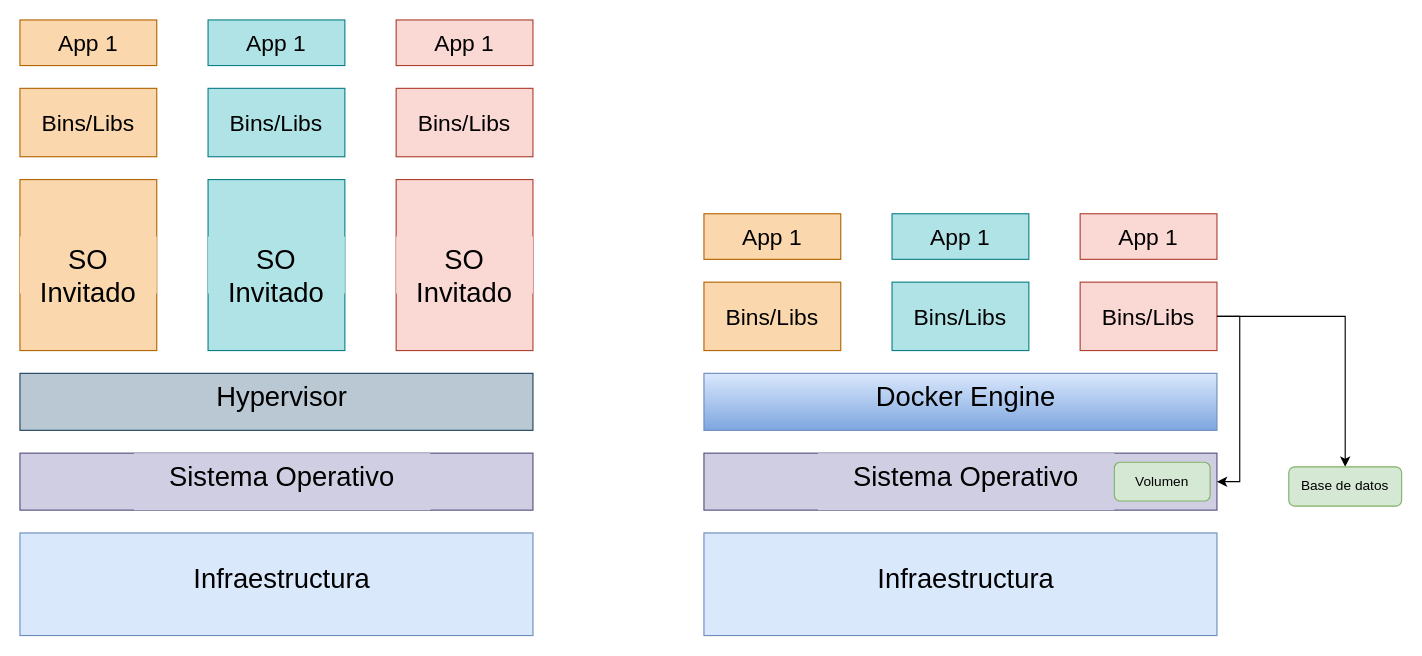
joselizagaravito/Curso-DevOps keeps this draw.io diagram as page "VM vs Docker" (8 of 13) of Lecturas/Diagramas.drawio. Above is the earlier version. Source tidied: cells renumbered, new cells numbered last; positions are measured from the earlier drawing's top-left corner, leaving out a move shared by most shapes. Both pictures are drawn from the tidied source at 114%, with x=0, y=0 at pixel (19, 19).
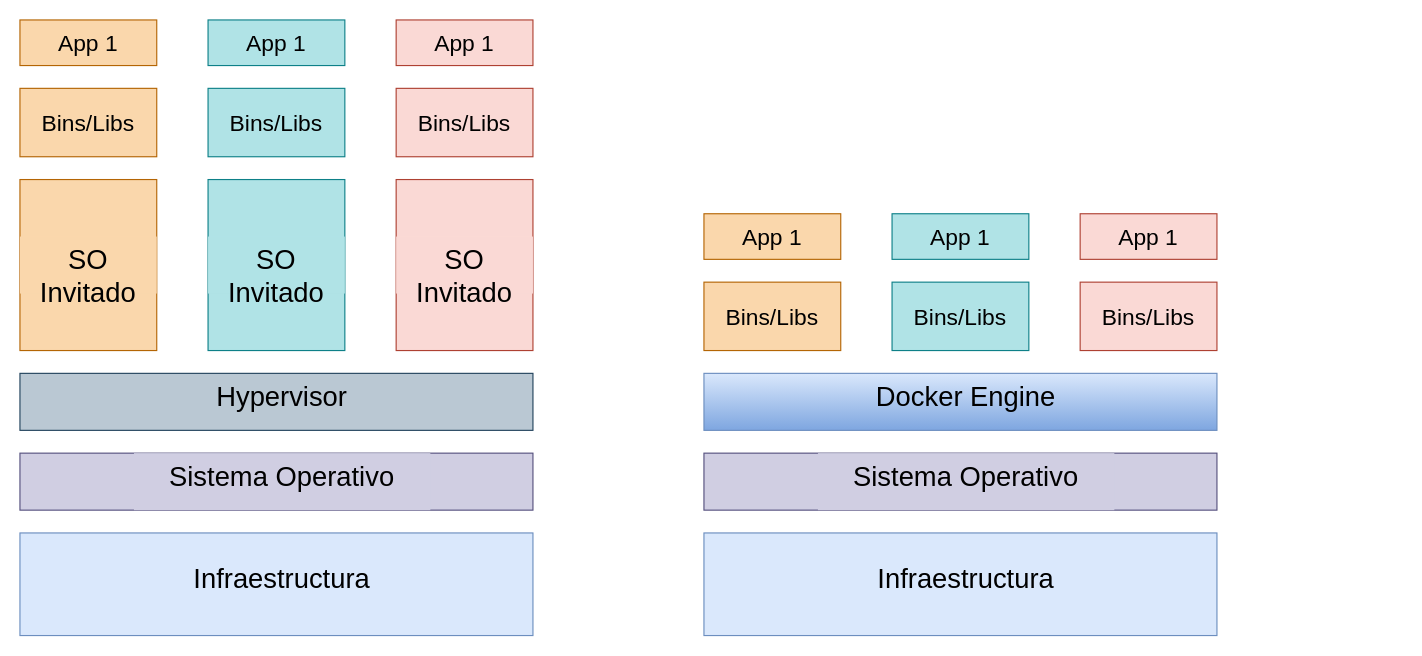
After the change.

The change refers to these unchanged cells:
```xml
<mxCell id="8" style="rounded=0;whiteSpace=wrap;html=1;fillColor=#d0cee2;strokeColor=#56517e;" parent="1" vertex="1">
  <mxGeometry x="600" y="380" width="450" height="50" as="geometry" />
</mxCell>
<mxCell id="29" value="Bins/Libs" style="rounded=0;whiteSpace=wrap;html=1;fontSize=20;labelBackgroundColor=none;fillColor=#fad9d5;strokeColor=#ae4132;" parent="1" vertex="1">
  <mxGeometry x="930" y="230" width="120" height="60" as="geometry" />
</mxCell>
```

Diff of the diagram source:
```diff
@@
-    <mxCell id="28" style="edgeStyle=orthogonalEdgeStyle;rounded=0;jettySize=auto;html=1;" parent="1" edge="1" source="29" target="35">
-      <mxGeometry relative="1" as="geometry" />
-    </mxCell>
@@
-    <mxCell id="33" value="Volumen" style="rounded=1;whiteSpace=wrap;html=1;fillColor=#d5e8d4;strokeColor=#82b366;" parent="1" vertex="1">
-      <mxGeometry x="960" y="388" width="84" height="34" as="geometry" />
-    </mxCell>
-    <mxCell id="34" style="edgeStyle=orthogonalEdgeStyle;rounded=0;jettySize=auto;html=1;entryX=1;entryY=0.5;entryDx=0;entryDy=0;" parent="1" edge="1" source="29" target="8">
-      <mxGeometry relative="1" as="geometry">
-        <Array as="points">
-          <mxPoint x="1070" y="260" />
-          <mxPoint x="1070" y="405" />
-        </Array>
-      </mxGeometry>
-    </mxCell>
-    <mxCell id="35" value="Base de datos" style="rounded=1;whiteSpace=wrap;html=1;fillColor=#d5e8d4;strokeColor=#82b366;" parent="1" vertex="1">
-      <mxGeometry x="1113" y="392" width="99" height="34.5" as="geometry" />
-    </mxCell>
```
